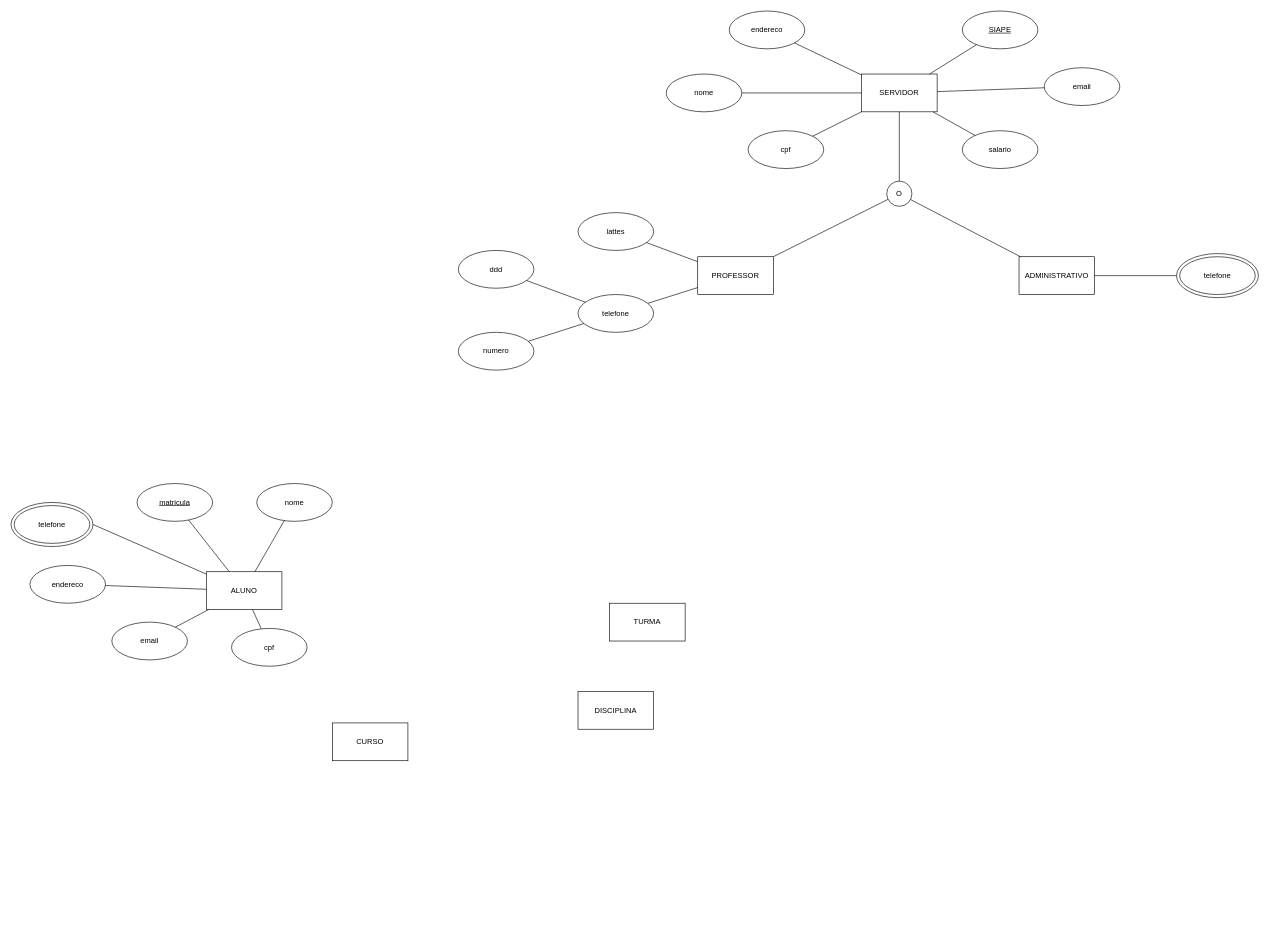
Before: LEOBDATV3-1.drawio in Konitch/Diagram, a draw.io diagram. Source tidied: cells renumbered, new cells numbered last; positions are measured from the earlier drawing's top-left corner, leaving out a move shared by most shapes. Both pictures are drawn from the tidied source at 63%, with x=0, y=0 at pixel (11, 11).
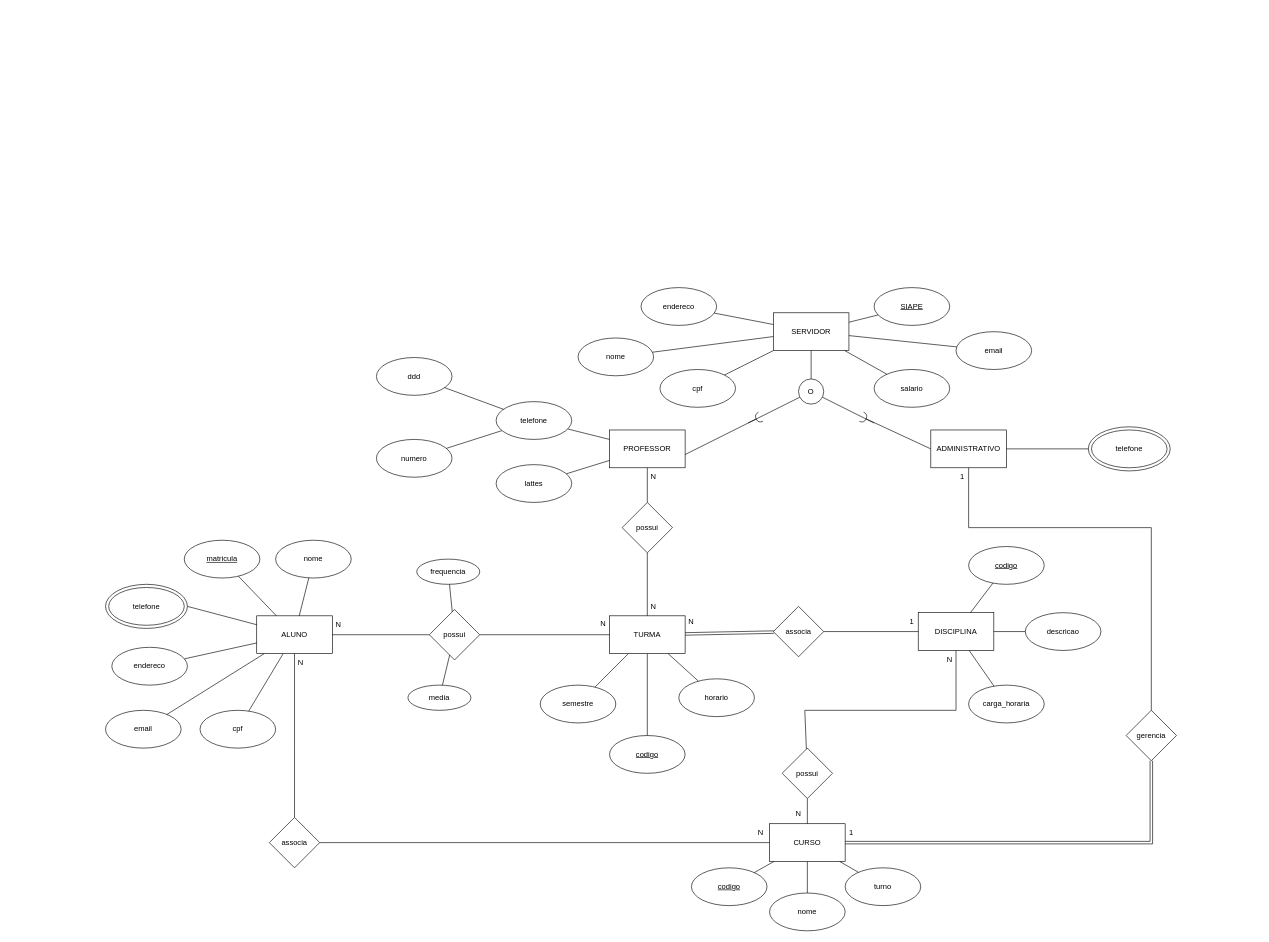
Above is the later version.

Diff of the diagram source:
```diff
@@
     <mxCell id="2" value="ALUNO" style="rounded=0;whiteSpace=wrap;html=1;" parent="1" vertex="1">
-      <mxGeometry x="310" y="890" width="120" height="60" as="geometry" />
+      <mxGeometry x="390" y="960" width="120" height="60" as="geometry" />
     </mxCell>
     <mxCell id="3" value="PROFESSOR" style="rounded=0;whiteSpace=wrap;html=1;" parent="1" vertex="1">
-      <mxGeometry x="1090" y="390" width="120" height="60" as="geometry" />
+      <mxGeometry x="950" y="665" width="120" height="60" as="geometry" />
     </mxCell>
     <mxCell id="4" value="DISCIPLINA" style="rounded=0;whiteSpace=wrap;html=1;" parent="1" vertex="1">
-      <mxGeometry x="900" y="1080" width="120" height="60" as="geometry" />
+      <mxGeometry x="1440" y="955" width="120" height="60" as="geometry" />
     </mxCell>
     <mxCell id="5" value="SERVIDOR" style="rounded=0;whiteSpace=wrap;html=1;" parent="1" vertex="1">
-      <mxGeometry x="1350" y="100" width="120" height="60" as="geometry" />
+      <mxGeometry x="1210" y="479" width="120" height="60" as="geometry" />
     </mxCell>
     <mxCell id="6" value="ADMINISTRATIVO" style="rounded=0;whiteSpace=wrap;html=1;" parent="1" vertex="1">
-      <mxGeometry x="1600" y="390" width="120" height="60" as="geometry" />
+      <mxGeometry x="1460" y="665" width="120" height="60" as="geometry" />
     </mxCell>
     <mxCell id="7" value="TURMA" style="rounded=0;whiteSpace=wrap;html=1;" parent="1" vertex="1">
-      <mxGeometry x="950" y="940" width="120" height="60" as="geometry" />
+      <mxGeometry x="950" y="960" width="120" height="60" as="geometry" />
     </mxCell>
     <mxCell id="8" value="CURSO" style="rounded=0;whiteSpace=wrap;html=1;" parent="1" vertex="1">
-      <mxGeometry x="510" y="1130" width="120" height="60" as="geometry" />
+      <mxGeometry x="1204" y="1290" width="120" height="60" as="geometry" />
     </mxCell>
     <mxCell id="9" value="&lt;u&gt;matricula&lt;/u&gt;" style="ellipse;whiteSpace=wrap;html=1;" parent="1" vertex="1">
-      <mxGeometry x="200" y="750" width="120" height="60" as="geometry" />
+      <mxGeometry x="275" y="840" width="120" height="60" as="geometry" />
     </mxCell>
     <mxCell id="10" value="nome" style="ellipse;whiteSpace=wrap;html=1;" parent="1" vertex="1">
-      <mxGeometry x="390" y="750" width="120" height="60" as="geometry" />
+      <mxGeometry x="420" y="840" width="120" height="60" as="geometry" />
     </mxCell>
     <mxCell id="11" value="endereco" style="ellipse;whiteSpace=wrap;html=1;" parent="1" vertex="1">
-      <mxGeometry x="30" y="880" width="120" height="60" as="geometry" />
+      <mxGeometry x="160" y="1010" width="120" height="60" as="geometry" />
     </mxCell>
     <mxCell id="12" value="email" style="ellipse;whiteSpace=wrap;html=1;" parent="1" vertex="1">
-      <mxGeometry x="160" y="970" width="120" height="60" as="geometry" />
+      <mxGeometry x="150" y="1110" width="120" height="60" as="geometry" />
     </mxCell>
     <mxCell id="13" value="cpf" style="ellipse;whiteSpace=wrap;html=1;" parent="1" vertex="1">
-      <mxGeometry x="350" y="980" width="120" height="60" as="geometry" />
+      <mxGeometry x="300" y="1110" width="120" height="60" as="geometry" />
     </mxCell>
     <mxCell id="14" style="ellipse;whiteSpace=wrap;html=1;" parent="1" vertex="1">
-      <mxGeometry y="780" width="130" height="70" as="geometry" />
+      <mxGeometry x="150" y="910" width="130" height="70" as="geometry" />
     </mxCell>
     <mxCell id="15" value="telefone" style="ellipse;whiteSpace=wrap;html=1;" parent="1" vertex="1">
-      <mxGeometry x="5" y="785" width="120" height="60" as="geometry" />
+      <mxGeometry x="155" y="915" width="120" height="60" as="geometry" />
     </mxCell>
@@
     <mxCell id="22" value="&lt;u&gt;SIAPE&lt;/u&gt;" style="ellipse;whiteSpace=wrap;html=1;" parent="1" vertex="1">
-      <mxGeometry x="1510" width="120" height="60" as="geometry" />
+      <mxGeometry x="1370" y="439" width="120" height="60" as="geometry" />
     </mxCell>
     <mxCell id="23" value="nome" style="ellipse;whiteSpace=wrap;html=1;" parent="1" vertex="1">
-      <mxGeometry x="1040" y="100" width="120" height="60" as="geometry" />
+      <mxGeometry x="900" y="519" width="120" height="60" as="geometry" />
     </mxCell>
     <mxCell id="24" value="endereco" style="ellipse;whiteSpace=wrap;html=1;" parent="1" vertex="1">
-      <mxGeometry x="1140" width="120" height="60" as="geometry" />
+      <mxGeometry x="1000" y="439" width="120" height="60" as="geometry" />
     </mxCell>
     <mxCell id="25" value="salario" style="ellipse;whiteSpace=wrap;html=1;" parent="1" vertex="1">
-      <mxGeometry x="1510" y="190" width="120" height="60" as="geometry" />
+      <mxGeometry x="1370" y="569" width="120" height="60" as="geometry" />
     </mxCell>
     <mxCell id="26" value="lattes" style="ellipse;whiteSpace=wrap;html=1;" parent="1" vertex="1">
-      <mxGeometry x="900" y="320" width="120" height="60" as="geometry" />
+      <mxGeometry x="770" y="720" width="120" height="60" as="geometry" />
     </mxCell>
     <mxCell id="27" value="email" style="ellipse;whiteSpace=wrap;html=1;" parent="1" vertex="1">
-      <mxGeometry x="1640" y="90" width="120" height="60" as="geometry" />
+      <mxGeometry x="1500" y="509" width="120" height="60" as="geometry" />
     </mxCell>
     <mxCell id="28" value="cpf" style="ellipse;whiteSpace=wrap;html=1;" parent="1" vertex="1">
-      <mxGeometry x="1170" y="190" width="120" height="60" as="geometry" />
+      <mxGeometry x="1030" y="569" width="120" height="60" as="geometry" />
     </mxCell>
     <mxCell id="29" value="telefone" style="ellipse;whiteSpace=wrap;html=1;" parent="1" vertex="1">
-      <mxGeometry x="900" y="450" width="120" height="60" as="geometry" />
+      <mxGeometry x="770" y="620" width="120" height="60" as="geometry" />
     </mxCell>
     <mxCell id="30" value="ddd" style="ellipse;whiteSpace=wrap;html=1;" parent="1" vertex="1">
-      <mxGeometry x="710" y="380" width="120" height="60" as="geometry" />
+      <mxGeometry x="580" y="550" width="120" height="60" as="geometry" />
     </mxCell>
     <mxCell id="31" value="numero" style="ellipse;whiteSpace=wrap;html=1;" parent="1" vertex="1">
-      <mxGeometry x="710" y="510" width="120" height="60" as="geometry" />
+      <mxGeometry x="580" y="680" width="120" height="60" as="geometry" />
     </mxCell>
@@
     <mxCell id="34" style="ellipse;whiteSpace=wrap;html=1;" parent="1" vertex="1">
-      <mxGeometry x="1850" y="385" width="130" height="70" as="geometry" />
+      <mxGeometry x="1710" y="660" width="130" height="70" as="geometry" />
     </mxCell>
     <mxCell id="35" value="telefone" style="ellipse;whiteSpace=wrap;html=1;" parent="1" vertex="1">
-      <mxGeometry x="1855" y="390" width="120" height="60" as="geometry" />
+      <mxGeometry x="1715" y="665" width="120" height="60" as="geometry" />
     </mxCell>
@@
     <mxCell id="45" value="O" style="ellipse;whiteSpace=wrap;html=1;" parent="1" vertex="1">
-      <mxGeometry x="1390" y="270" width="40" height="40" as="geometry" />
+      <mxGeometry x="1250" y="584" width="40" height="40" as="geometry" />
     </mxCell>
@@
-    <mxCell id="47" style="endArrow=none;html=1;rounded=0;" parent="1" edge="1" source="3" target="45">
-      <mxGeometry relative="1" as="geometry" />
+    <mxCell id="47" style="endArrow=none;html=1;rounded=0;startArrow=halfCircle;startFill=0;" parent="1" edge="1">
+      <mxGeometry relative="1" as="geometry">
+        <mxPoint x="1190" y="644" as="sourcePoint" />
+        <mxPoint x="1070" y="704" as="targetPoint" />
+      </mxGeometry>
     </mxCell>
-    <mxCell id="48" style="endArrow=none;html=1;rounded=0;" parent="1" edge="1" source="6" target="45">
-      <mxGeometry relative="1" as="geometry" />
+    <mxCell id="48" style="endArrow=halfCircle;html=1;rounded=0;endFill=0;exitX=0;exitY=0.5;exitDx=0;exitDy=0;" parent="1" edge="1" source="6">
+      <mxGeometry relative="1" as="geometry">
+        <mxPoint x="1350" y="644" as="targetPoint" />
+      </mxGeometry>
     </mxCell>
+    <mxCell id="49" style="endArrow=none;html=1;rounded=0;" parent="1" edge="1" target="45">
+      <mxGeometry relative="1" as="geometry">
+        <mxPoint x="1170" y="654" as="sourcePoint" />
+      </mxGeometry>
+    </mxCell>
+    <mxCell id="50" style="endArrow=none;html=1;rounded=0;endFill=0;" parent="1" edge="1" target="45">
+      <mxGeometry relative="1" as="geometry">
+        <mxPoint x="1370" y="654" as="sourcePoint" />
+      </mxGeometry>
+    </mxCell>
+    <mxCell id="51" value="&lt;u&gt;codigo&lt;/u&gt;" style="ellipse;whiteSpace=wrap;html=1;" parent="1" vertex="1">
+      <mxGeometry x="1520" y="850" width="120" height="60" as="geometry" />
+    </mxCell>
+    <mxCell id="52" value="descricao" style="ellipse;whiteSpace=wrap;html=1;" parent="1" vertex="1">
+      <mxGeometry x="1610" y="955" width="120" height="60" as="geometry" />
+    </mxCell>
+    <mxCell id="53" value="carga_horaria" style="ellipse;whiteSpace=wrap;html=1;" parent="1" vertex="1">
+      <mxGeometry x="1520" y="1070" width="120" height="60" as="geometry" />
+    </mxCell>
+    <mxCell id="54" value="&lt;u&gt;codigo&lt;/u&gt;" style="ellipse;whiteSpace=wrap;html=1;" parent="1" vertex="1">
+      <mxGeometry x="950" y="1150" width="120" height="60" as="geometry" />
+    </mxCell>
+    <mxCell id="55" value="semestre" style="ellipse;whiteSpace=wrap;html=1;" parent="1" vertex="1">
+      <mxGeometry x="840" y="1070" width="120" height="60" as="geometry" />
+    </mxCell>
+    <mxCell id="56" value="horario" style="ellipse;whiteSpace=wrap;html=1;" parent="1" vertex="1">
+      <mxGeometry x="1060" y="1060" width="120" height="60" as="geometry" />
+    </mxCell>
+    <mxCell id="57" style="endArrow=none;html=1;rounded=0;" parent="1" edge="1" source="54" target="7">
+      <mxGeometry relative="1" as="geometry" />
+    </mxCell>
+    <mxCell id="58" style="endArrow=none;html=1;rounded=0;" parent="1" edge="1" source="55" target="7">
+      <mxGeometry relative="1" as="geometry" />
+    </mxCell>
+    <mxCell id="59" style="endArrow=none;html=1;rounded=0;" parent="1" edge="1" source="56" target="7">
+      <mxGeometry relative="1" as="geometry" />
+    </mxCell>
+    <mxCell id="60" style="endArrow=none;html=1;rounded=0;" parent="1" edge="1" source="4" target="51">
+      <mxGeometry relative="1" as="geometry" />
+    </mxCell>
+    <mxCell id="61" style="endArrow=none;html=1;rounded=0;" parent="1" edge="1" source="52" target="4">
+      <mxGeometry relative="1" as="geometry" />
+    </mxCell>
+    <mxCell id="62" style="endArrow=none;html=1;rounded=0;" parent="1" edge="1" source="53" target="4">
+      <mxGeometry relative="1" as="geometry" />
+    </mxCell>
+    <mxCell id="63" value="associa" style="rhombus;whiteSpace=wrap;html=1;" parent="1" vertex="1">
+      <mxGeometry x="1210" y="945" width="80" height="80" as="geometry" />
+    </mxCell>
+    <mxCell id="64" style="endArrow=none;html=1;rounded=0;shape=link;" parent="1" edge="1" source="7" target="63">
+      <mxGeometry relative="1" as="geometry" />
+    </mxCell>
+    <mxCell id="65" style="endArrow=none;html=1;rounded=0;" parent="1" edge="1" source="63" target="4">
+      <mxGeometry relative="1" as="geometry" />
+    </mxCell>
+    <mxCell id="66" value="N" style="text;html=1;align=center;verticalAlign=middle;whiteSpace=wrap;rounded=0;" parent="1" vertex="1">
+      <mxGeometry x="1070" y="955" width="20" height="30" as="geometry" />
+    </mxCell>
+    <mxCell id="67" value="1" style="text;html=1;align=center;verticalAlign=middle;whiteSpace=wrap;rounded=0;" parent="1" vertex="1">
+      <mxGeometry x="1420" y="955" width="20" height="30" as="geometry" />
+    </mxCell>
+    <mxCell id="68" value="possui" style="rhombus;whiteSpace=wrap;html=1;" parent="1" vertex="1">
+      <mxGeometry x="970" y="780" width="80" height="80" as="geometry" />
+    </mxCell>
+    <mxCell id="69" style="endArrow=none;html=1;rounded=0;" parent="1" edge="1" source="7" target="68">
+      <mxGeometry relative="1" as="geometry" />
+    </mxCell>
+    <mxCell id="70" style="endArrow=none;html=1;rounded=0;" parent="1" edge="1" source="68" target="3">
+      <mxGeometry relative="1" as="geometry" />
+    </mxCell>
+    <mxCell id="71" value="N" style="text;html=1;align=center;verticalAlign=middle;whiteSpace=wrap;rounded=0;" parent="1" vertex="1">
+      <mxGeometry x="1010" y="930" width="20" height="30" as="geometry" />
+    </mxCell>
+    <mxCell id="72" value="N" style="text;html=1;align=center;verticalAlign=middle;whiteSpace=wrap;rounded=0;" parent="1" vertex="1">
+      <mxGeometry x="1010" y="725" width="20" height="30" as="geometry" />
+    </mxCell>
+    <mxCell id="73" value="possui" style="rhombus;whiteSpace=wrap;html=1;" parent="1" vertex="1">
+      <mxGeometry x="664" y="950" width="80" height="80" as="geometry" />
+    </mxCell>
+    <mxCell id="74" style="endArrow=none;html=1;rounded=0;" parent="1" edge="1" source="2" target="73">
+      <mxGeometry relative="1" as="geometry" />
+    </mxCell>
+    <mxCell id="75" style="endArrow=none;html=1;rounded=0;" parent="1" edge="1" source="73" target="7">
+      <mxGeometry relative="1" as="geometry" />
+    </mxCell>
+    <mxCell id="76" value="N" style="text;html=1;align=center;verticalAlign=middle;whiteSpace=wrap;rounded=0;" parent="1" vertex="1">
+      <mxGeometry x="510" y="960" width="20" height="30" as="geometry" />
+    </mxCell>
+    <mxCell id="77" value="N" style="text;html=1;align=center;verticalAlign=middle;whiteSpace=wrap;rounded=0;" parent="1" vertex="1">
+      <mxGeometry x="930" y="958" width="20" height="30" as="geometry" />
+    </mxCell>
+    <mxCell id="78" value="media" style="ellipse;whiteSpace=wrap;html=1;" parent="1" vertex="1">
+      <mxGeometry x="630" y="1070" width="100" height="40" as="geometry" />
+    </mxCell>
+    <mxCell id="79" value="frequencia" style="ellipse;whiteSpace=wrap;html=1;" parent="1" vertex="1">
+      <mxGeometry x="644" y="870" width="100" height="40" as="geometry" />
+    </mxCell>
+    <mxCell id="80" style="endArrow=none;html=1;rounded=0;" parent="1" edge="1" source="78" target="73">
+      <mxGeometry relative="1" as="geometry" />
+    </mxCell>
+    <mxCell id="81" style="endArrow=none;html=1;rounded=0;" parent="1" edge="1" source="73" target="79">
+      <mxGeometry relative="1" as="geometry" />
+    </mxCell>
+    <mxCell id="82" value="&lt;u&gt;codigo&lt;/u&gt;" style="ellipse;whiteSpace=wrap;html=1;" parent="1" vertex="1">
+      <mxGeometry x="1080" y="1360" width="120" height="60" as="geometry" />
+    </mxCell>
+    <mxCell id="83" value="nome" style="ellipse;whiteSpace=wrap;html=1;" parent="1" vertex="1">
+      <mxGeometry x="1204" y="1400" width="120" height="60" as="geometry" />
+    </mxCell>
+    <mxCell id="84" value="turno" style="ellipse;whiteSpace=wrap;html=1;" parent="1" vertex="1">
+      <mxGeometry x="1324" y="1360" width="120" height="60" as="geometry" />
+    </mxCell>
+    <mxCell id="85" style="endArrow=none;html=1;rounded=0;" parent="1" edge="1" source="8" target="82">
+      <mxGeometry relative="1" as="geometry" />
+    </mxCell>
+    <mxCell id="86" style="endArrow=none;html=1;rounded=0;" parent="1" edge="1" source="8" target="83">
+      <mxGeometry relative="1" as="geometry" />
+    </mxCell>
+    <mxCell id="87" style="endArrow=none;html=1;rounded=0;" parent="1" edge="1" source="84" target="8">
+      <mxGeometry relative="1" as="geometry" />
+    </mxCell>
+    <mxCell id="88" value="associa" style="rhombus;whiteSpace=wrap;html=1;" parent="1" vertex="1">
+      <mxGeometry x="410" y="1280" width="80" height="80" as="geometry" />
+    </mxCell>
+    <mxCell id="89" style="endArrow=none;html=1;rounded=0;" parent="1" edge="1" source="88" target="8">
+      <mxGeometry relative="1" as="geometry" />
+    </mxCell>
+    <mxCell id="90" style="endArrow=none;html=1;rounded=0;" parent="1" edge="1" source="88" target="2">
+      <mxGeometry relative="1" as="geometry">
+        <Array as="points">
+          <mxPoint x="450" y="1170" />
+        </Array>
+      </mxGeometry>
+    </mxCell>
+    <mxCell id="91" value="possui" style="rhombus;whiteSpace=wrap;html=1;" parent="1" vertex="1">
+      <mxGeometry x="1224" y="1170" width="80" height="80" as="geometry" />
+    </mxCell>
+    <mxCell id="92" style="endArrow=none;html=1;rounded=0;" parent="1" edge="1" source="8" target="91">
+      <mxGeometry relative="1" as="geometry" />
+    </mxCell>
+    <mxCell id="93" style="endArrow=none;html=1;rounded=0;" parent="1" edge="1" source="91" target="4">
+      <mxGeometry relative="1" as="geometry">
+        <Array as="points">
+          <mxPoint x="1260" y="1110" />
+          <mxPoint x="1500" y="1110" />
+        </Array>
+      </mxGeometry>
+    </mxCell>
+    <mxCell id="94" value="N" style="text;html=1;align=center;verticalAlign=middle;whiteSpace=wrap;rounded=0;" parent="1" vertex="1">
+      <mxGeometry x="450" y="1020" width="20" height="30" as="geometry" />
+    </mxCell>
+    <mxCell id="95" value="N" style="text;html=1;align=center;verticalAlign=middle;whiteSpace=wrap;rounded=0;" parent="1" vertex="1">
+      <mxGeometry x="1180" y="1290" width="20" height="30" as="geometry" />
+    </mxCell>
+    <mxCell id="96" value="1" style="text;html=1;align=center;verticalAlign=middle;whiteSpace=wrap;rounded=0;" parent="1" vertex="1">
+      <mxGeometry x="1324" y="1290" width="20" height="30" as="geometry" />
+    </mxCell>
+    <mxCell id="97" value="N" style="text;html=1;align=center;verticalAlign=middle;whiteSpace=wrap;rounded=0;" parent="1" vertex="1">
+      <mxGeometry x="1480" y="1015" width="20" height="30" as="geometry" />
+    </mxCell>
+    <mxCell id="98" value="gerencia" style="rhombus;whiteSpace=wrap;html=1;" parent="1" vertex="1">
+      <mxGeometry x="1770" y="1110" width="80" height="80" as="geometry" />
+    </mxCell>
+    <mxCell id="99" style="endArrow=none;html=1;rounded=0;" parent="1" edge="1" source="6" target="98">
+      <mxGeometry relative="1" as="geometry">
+        <Array as="points">
+          <mxPoint x="1520" y="820" />
+          <mxPoint x="1810" y="820" />
+        </Array>
+      </mxGeometry>
+    </mxCell>
+    <mxCell id="100" style="endArrow=none;html=1;rounded=0;shape=link;" parent="1" edge="1" source="98" target="8">
+      <mxGeometry relative="1" as="geometry">
+        <Array as="points">
+          <mxPoint x="1810" y="1320" />
+        </Array>
+      </mxGeometry>
+    </mxCell>
+    <mxCell id="101" value="N" style="text;html=1;align=center;verticalAlign=middle;whiteSpace=wrap;rounded=0;" parent="1" vertex="1">
+      <mxGeometry x="1240" y="1260" width="20" height="30" as="geometry" />
+    </mxCell>
+    <mxCell id="102" value="1" style="text;html=1;align=center;verticalAlign=middle;whiteSpace=wrap;rounded=0;" parent="1" vertex="1">
+      <mxGeometry x="1500" y="725" width="20" height="30" as="geometry" />
+    </mxCell>
```
